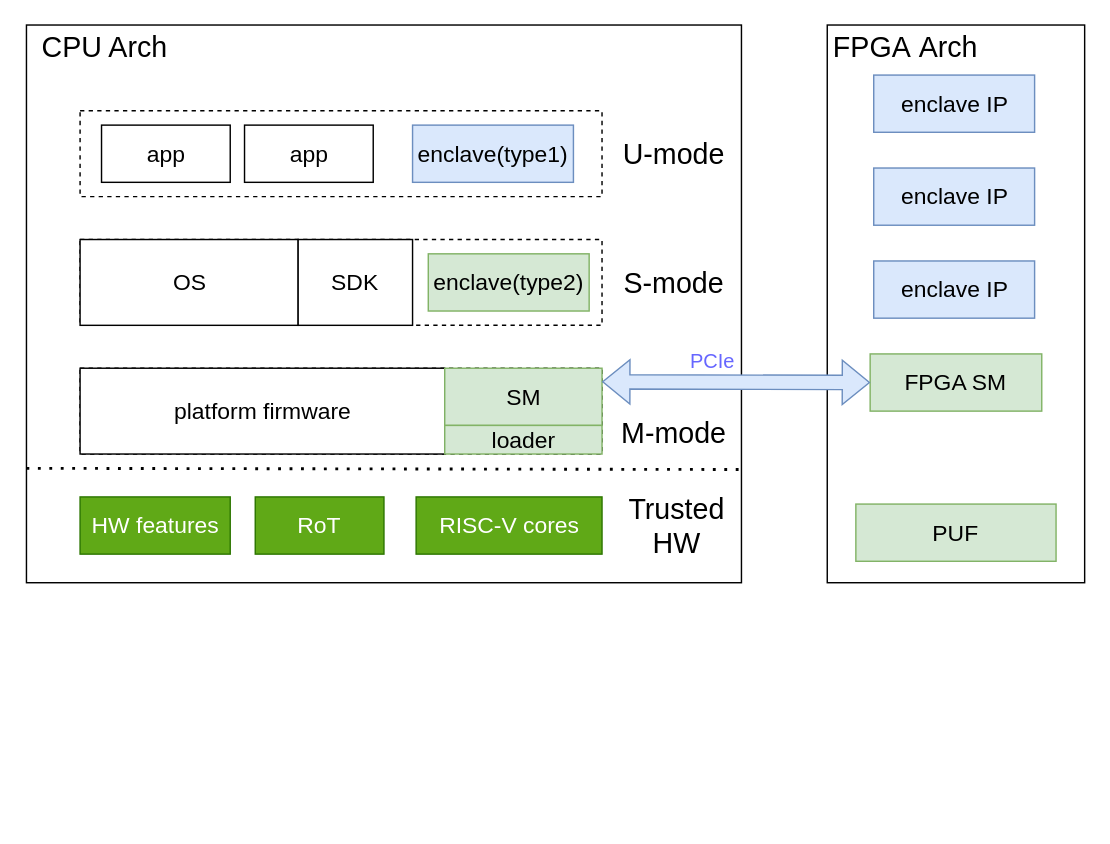
Before: page "sys_overview" (1 of 6) of saber.drawio in Zou1c/tmp, a draw.io diagram. Source tidied: cells renumbered, new cells numbered last; positions are measured from the earlier drawing's top-left corner, leaving out a move shared by most shapes. Both pictures are drawn from the tidied source at 143%, with x=0, y=0 at pixel (26, 24).
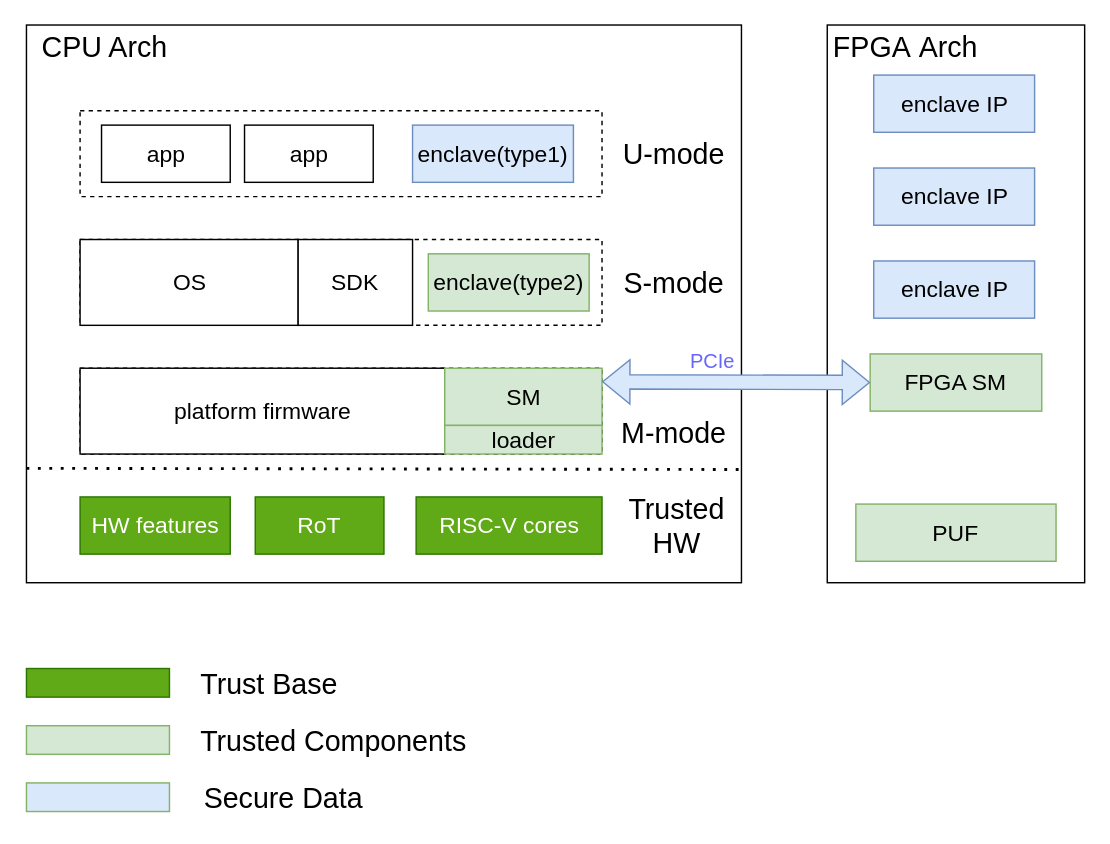
The same page after the edit.

The edit, as a diff of the source:
```diff
@@
+    <mxCell id="33" style="rounded=0;whiteSpace=wrap;html=1;fontSize=16;fillColor=#60a917;fontColor=#ffffff;strokeColor=#2D7600;" parent="1" vertex="1">
+      <mxGeometry y="450" width="100" height="20" as="geometry" />
+    </mxCell>
+    <mxCell id="34" value="Trust Base" style="text;html=1;align=center;verticalAlign=middle;whiteSpace=wrap;rounded=0;fontSize=20;" parent="1" vertex="1">
+      <mxGeometry x="110" y="445" width="120" height="30" as="geometry" />
+    </mxCell>
+    <mxCell id="35" style="rounded=0;whiteSpace=wrap;html=1;fontSize=16;fillColor=#d5e8d4;strokeColor=#82b366;" parent="1" vertex="1">
+      <mxGeometry y="490" width="100" height="20" as="geometry" />
+    </mxCell>
+    <mxCell id="36" value="Trusted Components" style="text;html=1;align=center;verticalAlign=middle;whiteSpace=wrap;rounded=0;fontSize=20;" parent="1" vertex="1">
+      <mxGeometry x="110" y="485" width="210" height="30" as="geometry" />
+    </mxCell>
+    <mxCell id="37" style="rounded=0;whiteSpace=wrap;html=1;fontSize=16;fillColor=light-dark(#dae8fc, #1f2f1e);strokeColor=#82b366;" parent="1" vertex="1">
+      <mxGeometry y="530" width="100" height="20" as="geometry" />
+    </mxCell>
+    <mxCell id="38" value="Secure Data" style="text;html=1;align=center;verticalAlign=middle;whiteSpace=wrap;rounded=0;fontSize=20;" parent="1" vertex="1">
+      <mxGeometry x="110" y="525" width="140" height="30" as="geometry" />
+    </mxCell>
```
